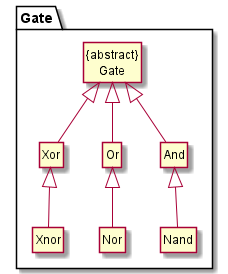
sevenseasofbri/tp keeps this PlantUML diagram as docs/diagrams/GateClassDiagram.png. Above is the earlier version.
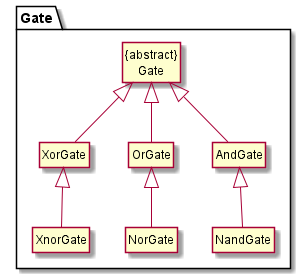
After the change.

Commit message:
Fix Gate class diagram

What changed in the source:
```diff
@@ -5,12 +5,12 @@
 
 package Gate {
     class "{abstract}\nGate" as Gate
-    class And
-    class Or
-    class Xor
-    class Nand
-    class Nor
-    class Xnor
+    class "AndGate" as And
+    class "OrGate" as Or
+    class "XorGate" as Xor
+    class "NandGate" as Nand
+    class "NorGate" as Nor
+    class "XnorGate" as Xnor
 }
 
 And -u-|> Gate
```
